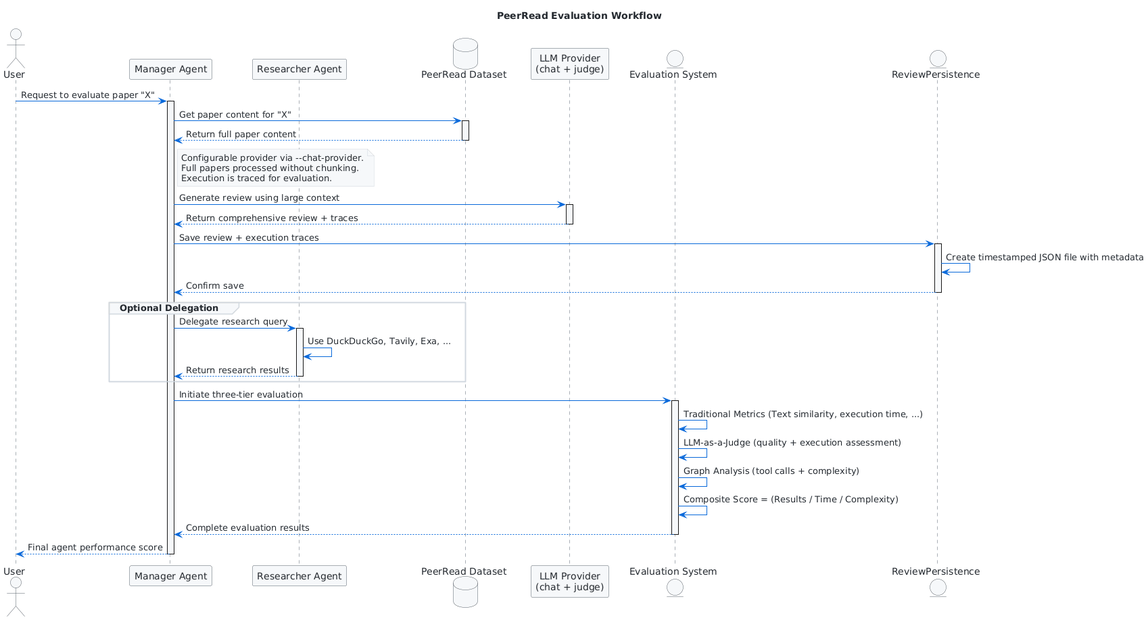
The PlantUML diagram assets/images/MAS-Review-Workflow-light.png in qte77/Agents-eval, before a commit. The source it was exported from:
```plantuml
@startuml MAS-Review-Workflow
title PeerRead Evaluation Workflow

!log Current 'STYLE' dvar: STYLE
!log About to include: styles/github-STYLE.puml
!include styles/github-STYLE.puml

actor User
participant "Manager Agent" as Manager
participant "Researcher Agent" as Researcher
database "PeerRead Dataset" as DB
participant "LLM Provider\n(chat + judge)" as LLM
entity "Evaluation System" as EvalSystem
entity "ReviewPersistence" as Persistence

User -> Manager: Request to evaluate paper "X"
activate Manager

Manager -> DB: Get paper content for "X"
activate DB
DB --> Manager: Return full paper content
deactivate DB

note right of Manager
  Configurable provider via --chat-provider.
  Full papers processed without chunking.
  Execution is traced for evaluation.
end note

Manager -> LLM: Generate review using large context
activate LLM
LLM --> Manager: Return comprehensive review + traces
deactivate LLM

Manager -> Persistence: Save review + execution traces
activate Persistence
Persistence -> Persistence: Create timestamped JSON file with metadata
Persistence --> Manager: Confirm save
deactivate Persistence

group Optional Delegation
    Manager -> Researcher: Delegate research query
    activate Researcher
    Researcher -> Researcher: Use DuckDuckGo, Tavily, Exa, ...
    Researcher --> Manager: Return research results
    deactivate Researcher
end group

Manager -> EvalSystem: Initiate three-tier evaluation
activate EvalSystem

EvalSystem -> EvalSystem: Traditional Metrics (Text similarity, execution time, ...)
EvalSystem -> EvalSystem: LLM-as-a-Judge (quality + execution assessment)
EvalSystem -> EvalSystem: Graph Analysis (tool calls + complexity)
EvalSystem -> EvalSystem: Composite Score = (Results / Time / Complexity)

EvalSystem --> Manager: Complete evaluation results
deactivate EvalSystem

Manager --> User: Final agent performance score
deactivate Manager
@enduml
```
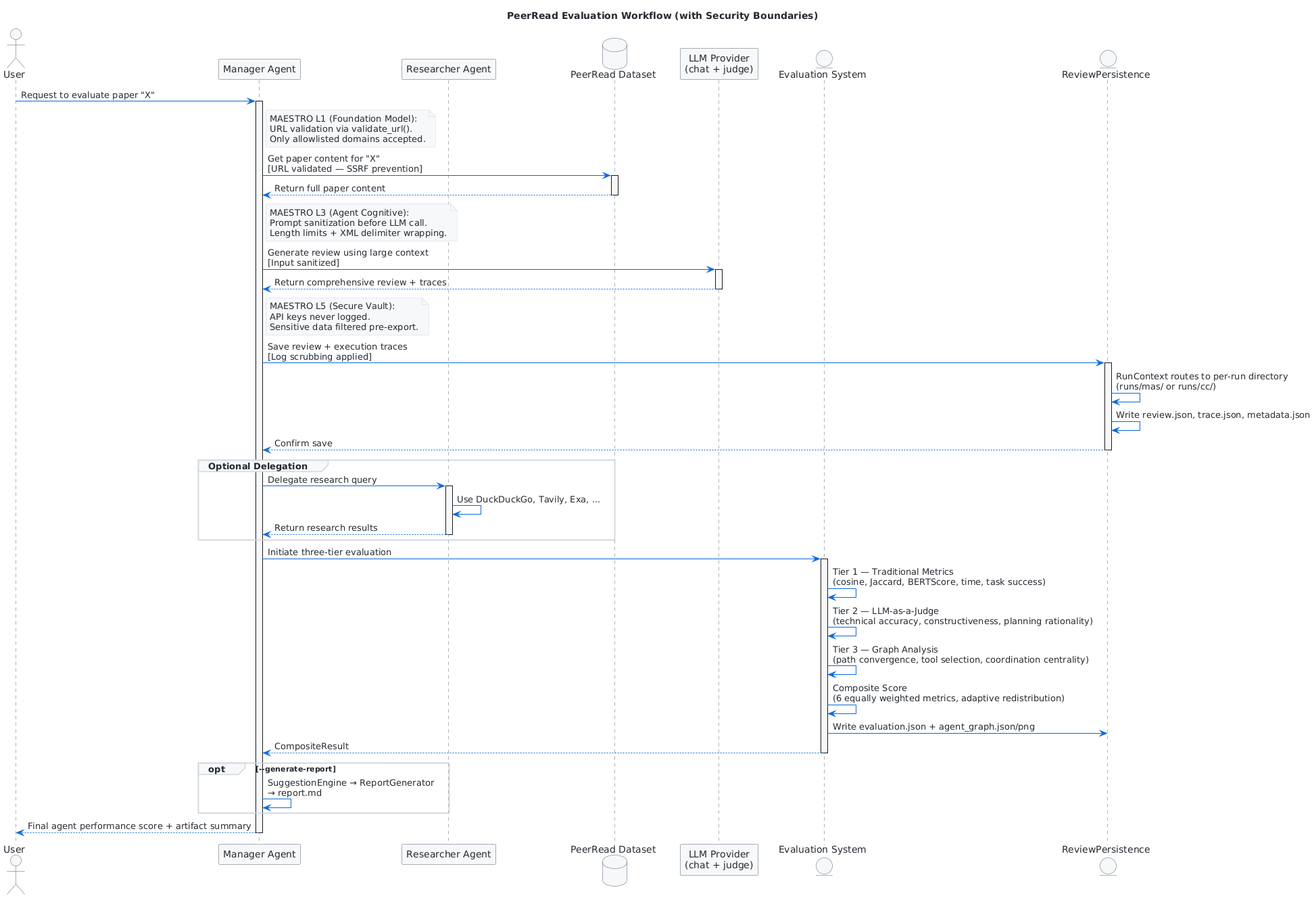
The same diagram one commit later.

Change to the diagram source:
```diff
@@ -1,5 +1,5 @@
 @startuml MAS-Review-Workflow
-title PeerRead Evaluation Workflow
+title PeerRead Evaluation Workflow (with Security Boundaries)
 
 !log Current 'STYLE' dvar: STYLE
 !log About to include: styles/github-STYLE.puml
@@ -16,25 +16,38 @@
 User -> Manager: Request to evaluate paper "X"
 activate Manager
 
-Manager -> DB: Get paper content for "X"
+note right of Manager
+  MAESTRO L1 (Foundation Model):
+  URL validation via validate_url().
+  Only allowlisted domains accepted.
+end note
+
+Manager -> DB: Get paper content for "X"\n[URL validated — SSRF prevention]
 activate DB
 DB --> Manager: Return full paper content
 deactivate DB
 
 note right of Manager
-  Configurable provider via --chat-provider.
-  Full papers processed without chunking.
-  Execution is traced for evaluation.
+  MAESTRO L3 (Agent Cognitive):
+  Prompt sanitization before LLM call.
+  Length limits + XML delimiter wrapping.
 end note
 
-Manager -> LLM: Generate review using large context
+Manager -> LLM: Generate review using large context\n[Input sanitized]
 activate LLM
 LLM --> Manager: Return comprehensive review + traces
 deactivate LLM
 
-Manager -> Persistence: Save review + execution traces
+note right of Manager
+  MAESTRO L5 (Secure Vault):
+  API keys never logged.
+  Sensitive data filtered pre-export.
+end note
+
+Manager -> Persistence: Save review + execution traces\n[Log scrubbing applied]
 activate Persistence
-Persistence -> Persistence: Create timestamped JSON file with metadata
+Persistence -> Persistence: RunContext routes to per-run directory\n(runs/mas/ or runs/cc/)
+Persistence -> Persistence: Write review.json, trace.json, metadata.json
 Persistence --> Manager: Confirm save
 deactivate Persistence
 
@@ -49,14 +62,19 @@
 Manager -> EvalSystem: Initiate three-tier evaluation
 activate EvalSystem
 
-EvalSystem -> EvalSystem: Traditional Metrics (Text similarity, execution time, ...)
-EvalSystem -> EvalSystem: LLM-as-a-Judge (quality + execution assessment)
-EvalSystem -> EvalSystem: Graph Analysis (tool calls + complexity)
-EvalSystem -> EvalSystem: Composite Score = (Results / Time / Complexity)
+EvalSystem -> EvalSystem: Tier 1 — Traditional Metrics\n(cosine, Jaccard, BERTScore, time, task success)
+EvalSystem -> EvalSystem: Tier 2 — LLM-as-a-Judge\n(technical accuracy, constructiveness, planning rationality)
+EvalSystem -> EvalSystem: Tier 3 — Graph Analysis\n(path convergence, tool selection, coordination centrality)
+EvalSystem -> EvalSystem: Composite Score\n(6 equally weighted metrics, adaptive redistribution)
 
-EvalSystem --> Manager: Complete evaluation results
+EvalSystem -> Persistence: Write evaluation.json + agent_graph.json/png
+EvalSystem --> Manager: CompositeResult
 deactivate EvalSystem
 
-Manager --> User: Final agent performance score
+opt --generate-report
+    Manager -> Manager: SuggestionEngine → ReportGenerator\n→ report.md
+end
+
+Manager --> User: Final agent performance score + artifact summary
 deactivate Manager
 @enduml
```
